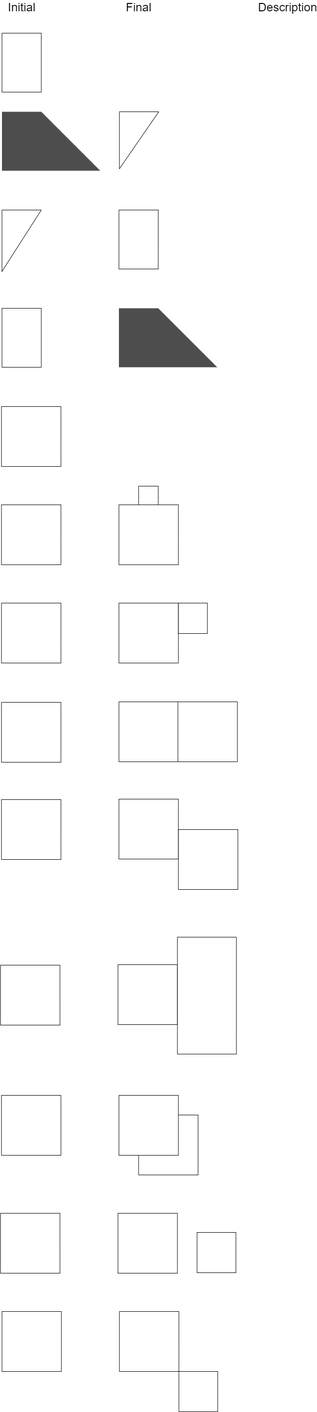
Earlier version of the draw.io export tests.drawio.png (rakshajp/arco-test). Source tidied: cells renumbered, new cells last; positions are measured from the earlier drawing's top-left corner, leaving out a move shared by most shapes.
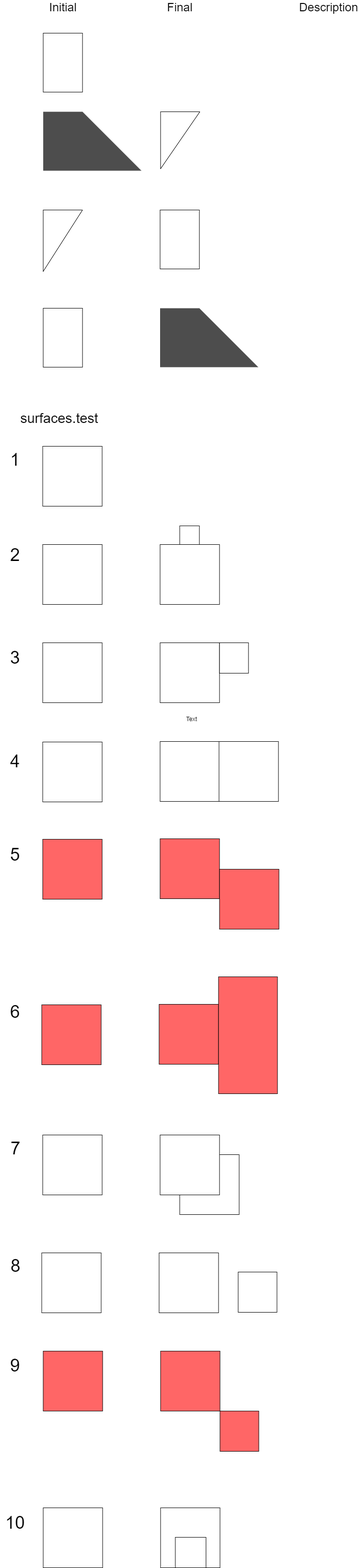
Later version of the same file.

What changed in the source:
```diff
@@ -32,22 +32,22 @@
     <mxCell id="11" style="verticalLabelPosition=bottom;verticalAlign=top;html=1;shape=mxgraph.basic.rect;fillColor2=none;strokeWidth=1;size=20;indent=5;" parent="1" vertex="1">
       <mxGeometry x="380.5" y="1428" width="121" height="122" as="geometry" />
     </mxCell>
-    <mxCell id="12" style="verticalLabelPosition=bottom;verticalAlign=top;html=1;shape=mxgraph.basic.rect;fillColor2=none;strokeWidth=1;size=20;indent=5;" parent="1" vertex="1">
+    <mxCell id="12" style="verticalLabelPosition=bottom;verticalAlign=top;html=1;shape=mxgraph.basic.rect;fillColor2=none;strokeWidth=1;size=20;indent=5;fillColor=#FF6666;" parent="1" vertex="1">
       <mxGeometry x="21.5" y="1627" width="121" height="122" as="geometry" />
     </mxCell>
-    <mxCell id="13" style="verticalLabelPosition=bottom;verticalAlign=top;html=1;shape=mxgraph.basic.rect;fillColor2=none;strokeWidth=1;size=20;indent=5;" parent="1" vertex="1">
+    <mxCell id="13" style="verticalLabelPosition=bottom;verticalAlign=top;html=1;shape=mxgraph.basic.rect;fillColor2=none;strokeWidth=1;size=20;indent=5;fillColor=#FF6666;" parent="1" vertex="1">
       <mxGeometry x="260.5" y="1626" width="121" height="122" as="geometry" />
     </mxCell>
-    <mxCell id="14" style="verticalLabelPosition=bottom;verticalAlign=top;html=1;shape=mxgraph.basic.rect;fillColor2=none;strokeWidth=1;size=20;indent=5;" parent="1" vertex="1">
+    <mxCell id="14" style="verticalLabelPosition=bottom;verticalAlign=top;html=1;shape=mxgraph.basic.rect;fillColor2=none;strokeWidth=1;size=20;indent=5;fillColor=#FF6666;" parent="1" vertex="1">
       <mxGeometry x="381.5" y="1688" width="121" height="122" as="geometry" />
     </mxCell>
-    <mxCell id="15" style="verticalLabelPosition=bottom;verticalAlign=top;html=1;shape=mxgraph.basic.rect;fillColor2=none;strokeWidth=1;size=20;indent=5;" parent="1" vertex="1">
+    <mxCell id="15" style="verticalLabelPosition=bottom;verticalAlign=top;html=1;shape=mxgraph.basic.rect;fillColor2=none;strokeWidth=1;size=20;indent=5;fillColor=#FF6666;" parent="1" vertex="1">
       <mxGeometry x="19.5" y="1964" width="121" height="122" as="geometry" />
     </mxCell>
-    <mxCell id="16" style="verticalLabelPosition=bottom;verticalAlign=top;html=1;shape=mxgraph.basic.rect;fillColor2=none;strokeWidth=1;size=20;indent=5;" parent="1" vertex="1">
+    <mxCell id="16" style="verticalLabelPosition=bottom;verticalAlign=top;html=1;shape=mxgraph.basic.rect;fillColor2=none;strokeWidth=1;size=20;indent=5;fillColor=#FF6666;" parent="1" vertex="1">
       <mxGeometry x="258.5" y="1963" width="121" height="122" as="geometry" />
     </mxCell>
-    <mxCell id="17" style="verticalLabelPosition=bottom;verticalAlign=top;html=1;shape=mxgraph.basic.rect;fillColor2=none;strokeWidth=1;size=20;indent=5;" parent="1" vertex="1">
+    <mxCell id="17" style="verticalLabelPosition=bottom;verticalAlign=top;html=1;shape=mxgraph.basic.rect;fillColor2=none;strokeWidth=1;size=20;indent=5;fillColor=#FF6666;" parent="1" vertex="1">
       <mxGeometry x="379.5" y="1907" width="120" height="238" as="geometry" />
     </mxCell>
     <mxCell id="18" style="verticalLabelPosition=bottom;verticalAlign=top;html=1;shape=mxgraph.basic.rect;fillColor2=none;strokeWidth=1;size=20;indent=5;" parent="1" vertex="1">
@@ -68,32 +68,32 @@
     <mxCell id="23" style="verticalLabelPosition=bottom;verticalAlign=top;html=1;shape=mxgraph.basic.rect;fillColor2=none;strokeWidth=1;size=20;indent=5;" parent="1" vertex="1">
       <mxGeometry x="419.5" y="2508" width="79" height="82" as="geometry" />
     </mxCell>
-    <mxCell id="24" style="verticalLabelPosition=bottom;verticalAlign=top;html=1;shape=mxgraph.basic.rect;fillColor2=none;strokeWidth=1;size=20;indent=5;" parent="1" vertex="1">
+    <mxCell id="24" style="verticalLabelPosition=bottom;verticalAlign=top;html=1;shape=mxgraph.basic.rect;fillColor2=none;strokeWidth=1;size=20;indent=5;fillColor=#FF6666;" parent="1" vertex="1">
       <mxGeometry x="22.5" y="2669" width="121" height="122" as="geometry" />
     </mxCell>
-    <mxCell id="25" style="verticalLabelPosition=bottom;verticalAlign=top;html=1;shape=mxgraph.basic.rect;fillColor2=none;strokeWidth=1;size=20;indent=5;" parent="1" vertex="1">
+    <mxCell id="25" style="verticalLabelPosition=bottom;verticalAlign=top;html=1;shape=mxgraph.basic.rect;fillColor2=none;strokeWidth=1;size=20;indent=5;fillColor=#FF6666;" parent="1" vertex="1">
       <mxGeometry x="261.5" y="2669" width="121" height="122" as="geometry" />
     </mxCell>
-    <mxCell id="26" style="verticalLabelPosition=bottom;verticalAlign=top;html=1;shape=mxgraph.basic.rect;fillColor2=none;strokeWidth=1;size=20;indent=5;" parent="1" vertex="1">
+    <mxCell id="26" style="verticalLabelPosition=bottom;verticalAlign=top;html=1;shape=mxgraph.basic.rect;fillColor2=none;strokeWidth=1;size=20;indent=5;fillColor=#FF6666;" parent="1" vertex="1">
       <mxGeometry x="382.5" y="2791" width="79" height="82" as="geometry" />
     </mxCell>
     <mxCell id="27" style="verticalLabelPosition=bottom;verticalAlign=top;html=1;shape=mxgraph.basic.rect;fillColor2=none;strokeWidth=1;size=20;indent=5;" parent="1" vertex="1">
-      <mxGeometry x="22.5" y="67" width="80" height="120" as="geometry" />
+      <mxGeometry x="22.5" y="-14" width="80" height="120" as="geometry" />
     </mxCell>
     <mxCell id="28" style="verticalLabelPosition=bottom;verticalAlign=top;html=1;shape=mxgraph.basic.orthogonal_triangle;rotation=90;" parent="1" vertex="1">
-      <mxGeometry x="243.5" y="245" width="116" height="80" as="geometry" />
+      <mxGeometry x="243.5" y="164" width="116" height="80" as="geometry" />
     </mxCell>
     <mxCell id="29" style="verticalLabelPosition=bottom;verticalAlign=top;html=1;shape=mxgraph.basic.orthogonal_triangle;rotation=90;" parent="1" vertex="1">
-      <mxGeometry y="449.5" width="125" height="80" as="geometry" />
+      <mxGeometry y="368.5" width="125" height="80" as="geometry" />
     </mxCell>
     <mxCell id="30" style="verticalLabelPosition=bottom;verticalAlign=top;html=1;shape=mxgraph.basic.rect;fillColor2=none;strokeWidth=1;size=20;indent=5;" parent="1" vertex="1">
-      <mxGeometry x="260.5" y="427" width="80" height="120" as="geometry" />
+      <mxGeometry x="260.5" y="346" width="80" height="120" as="geometry" />
     </mxCell>
     <mxCell id="31" style="verticalLabelPosition=bottom;verticalAlign=top;html=1;shape=mxgraph.basic.rect;fillColor2=none;strokeWidth=1;size=20;indent=5;" parent="1" vertex="1">
-      <mxGeometry x="22.5" y="627" width="80" height="120" as="geometry" />
+      <mxGeometry x="22.5" y="546" width="80" height="120" as="geometry" />
     </mxCell>
     <mxCell id="32" style="group;" parent="1" vertex="1">
-      <mxGeometry x="22.5" y="227" width="200" height="120" as="geometry" />
+      <mxGeometry x="22.5" y="146" width="200" height="120" as="geometry" />
     </mxCell>
     <mxCell id="33" style="verticalLabelPosition=bottom;verticalAlign=top;html=1;shape=mxgraph.basic.rect;fillColor2=none;strokeWidth=1;size=20;indent=5;fillColor=#4D4D4D;strokeColor=none;" parent="32" vertex="1">
       <mxGeometry width="80" height="120" as="geometry" />
@@ -102,7 +102,7 @@
       <mxGeometry x="80" width="120" height="120" as="geometry" />
     </mxCell>
     <mxCell id="35" style="group;" parent="1" vertex="1">
-      <mxGeometry x="260.5" y="627" width="200" height="120" as="geometry" />
+      <mxGeometry x="260.5" y="546" width="200" height="120" as="geometry" />
     </mxCell>
     <mxCell id="36" style="verticalLabelPosition=bottom;verticalAlign=top;html=1;shape=mxgraph.basic.rect;fillColor2=none;strokeWidth=1;size=20;indent=5;fillColor=#4D4D4D;strokeColor=none;" parent="35" vertex="1">
       <mxGeometry width="80" height="120" as="geometry" />
@@ -111,13 +111,58 @@
       <mxGeometry x="80" width="120" height="120" as="geometry" />
     </mxCell>
     <mxCell id="38" value="&lt;font style=&quot;font-size: 24px;&quot;&gt;Initial&lt;/font&gt;" style="text;strokeColor=none;align=center;fillColor=none;html=1;verticalAlign=middle;whiteSpace=wrap;rounded=0;" parent="1" vertex="1">
-      <mxGeometry x="32.5" width="60" height="30" as="geometry" />
+      <mxGeometry x="32.5" y="-81" width="60" height="30" as="geometry" />
     </mxCell>
     <mxCell id="39" value="&lt;span style=&quot;font-size: 24px;&quot;&gt;Final&lt;/span&gt;" style="text;strokeColor=none;align=center;fillColor=none;html=1;verticalAlign=middle;whiteSpace=wrap;rounded=0;" parent="1" vertex="1">
-      <mxGeometry x="270.5" width="60" height="30" as="geometry" />
+      <mxGeometry x="270.5" y="-81" width="60" height="30" as="geometry" />
     </mxCell>
     <mxCell id="40" value="&lt;span style=&quot;font-size: 24px;&quot;&gt;Description&lt;/span&gt;" style="text;strokeColor=none;align=center;fillColor=none;html=1;verticalAlign=middle;whiteSpace=wrap;rounded=0;" parent="1" vertex="1">
-      <mxGeometry x="573.5" width="60" height="30" as="geometry" />
+      <mxGeometry x="573.5" y="-81" width="60" height="30" as="geometry" />
     </mxCell>
+    <mxCell id="41" style="verticalLabelPosition=bottom;verticalAlign=top;html=1;shape=mxgraph.basic.rect;fillColor2=none;strokeWidth=1;size=20;indent=5;" parent="1" vertex="1">
+      <mxGeometry x="22.5" y="2988" width="121" height="122" as="geometry" />
+    </mxCell>
+    <mxCell id="42" style="verticalLabelPosition=bottom;verticalAlign=top;html=1;shape=mxgraph.basic.rect;fillColor2=none;strokeWidth=1;size=20;indent=5;" parent="1" vertex="1">
+      <mxGeometry x="261.5" y="2988" width="121" height="122" as="geometry" />
+    </mxCell>
+    <mxCell id="43" style="verticalLabelPosition=bottom;verticalAlign=top;html=1;shape=mxgraph.basic.rect;fillColor2=none;strokeWidth=1;size=20;indent=5;" parent="1" vertex="1">
+      <mxGeometry x="291.5" y="3048" width="62.5" height="62" as="geometry" />
+    </mxCell>
+    <mxCell id="44" value="Text" style="text;strokeColor=none;align=center;fillColor=none;html=1;verticalAlign=middle;whiteSpace=wrap;rounded=0;" parent="1" vertex="1">
+      <mxGeometry x="295" y="1368" width="60" height="30" as="geometry" />
+    </mxCell>
+    <mxCell id="45" value="&lt;font style=&quot;font-size: 36px;&quot;&gt;1&lt;/font&gt;" style="text;html=1;align=center;verticalAlign=middle;strokeColor=none;fillColor=none;" parent="1" vertex="1">
+      <mxGeometry x="-55" y="824" width="40" height="60" as="geometry" />
+    </mxCell>
+    <mxCell id="46" value="&lt;font style=&quot;font-size: 36px;&quot;&gt;2&lt;/font&gt;" style="text;html=1;align=center;verticalAlign=middle;strokeColor=none;fillColor=none;" parent="1" vertex="1">
+      <mxGeometry x="-55" y="1018" width="40" height="60" as="geometry" />
+    </mxCell>
+    <mxCell id="47" value="&lt;font style=&quot;font-size: 36px;&quot;&gt;3&lt;/font&gt;" style="text;html=1;align=center;verticalAlign=middle;strokeColor=none;fillColor=none;" parent="1" vertex="1">
+      <mxGeometry x="-55" y="1227" width="40" height="60" as="geometry" />
+    </mxCell>
+    <mxCell id="48" value="&lt;font style=&quot;font-size: 36px;&quot;&gt;4&lt;/font&gt;" style="text;html=1;align=center;verticalAlign=middle;strokeColor=none;fillColor=none;" parent="1" vertex="1">
+      <mxGeometry x="-55" y="1438" width="40" height="60" as="geometry" />
+    </mxCell>
+    <mxCell id="49" value="&lt;font style=&quot;font-size: 36px;&quot;&gt;5&lt;/font&gt;" style="text;html=1;align=center;verticalAlign=middle;strokeColor=none;fillColor=none;" parent="1" vertex="1">
+      <mxGeometry x="-55" y="1628" width="40" height="60" as="geometry" />
+    </mxCell>
+    <mxCell id="50" value="&lt;font style=&quot;font-size: 36px;&quot;&gt;6&lt;/font&gt;" style="text;html=1;align=center;verticalAlign=middle;strokeColor=none;fillColor=none;" parent="1" vertex="1">
+      <mxGeometry x="-55" y="1948" width="40" height="60" as="geometry" />
+    </mxCell>
+    <mxCell id="51" value="&lt;font style=&quot;font-size: 36px;&quot;&gt;7&lt;/font&gt;" style="text;html=1;align=center;verticalAlign=middle;strokeColor=none;fillColor=none;" parent="1" vertex="1">
+      <mxGeometry x="-54" y="2226" width="40" height="60" as="geometry" />
+    </mxCell>
+    <mxCell id="52" value="&lt;font style=&quot;font-size: 36px;&quot;&gt;8&lt;/font&gt;" style="text;html=1;align=center;verticalAlign=middle;strokeColor=none;fillColor=none;" parent="1" vertex="1">
+      <mxGeometry x="-54" y="2465" width="40" height="60" as="geometry" />
+    </mxCell>
+    <mxCell id="53" value="&lt;font style=&quot;font-size: 36px;&quot;&gt;9&lt;/font&gt;" style="text;html=1;align=center;verticalAlign=middle;strokeColor=none;fillColor=none;" parent="1" vertex="1">
+      <mxGeometry x="-55" y="2668" width="40" height="60" as="geometry" />
+    </mxCell>
+    <mxCell id="54" value="&lt;font style=&quot;font-size: 36px;&quot;&gt;10&lt;/font&gt;" style="text;html=1;align=center;verticalAlign=middle;strokeColor=none;fillColor=none;" parent="1" vertex="1">
+      <mxGeometry x="-65" y="2988" width="60" height="60" as="geometry" />
+    </mxCell>
+    <mxCell id="55" value="&lt;font style=&quot;font-size: 28px;&quot;&gt;surfaces.test&lt;/font&gt;" style="text;html=1;align=center;verticalAlign=middle;strokeColor=none;fillColor=none;" parent="1" vertex="1">
+      <mxGeometry x="-35" y="745" width="180" height="50" as="geometry" />
+    </mxCell>
   </root>
 </mxGraphModel>
```
